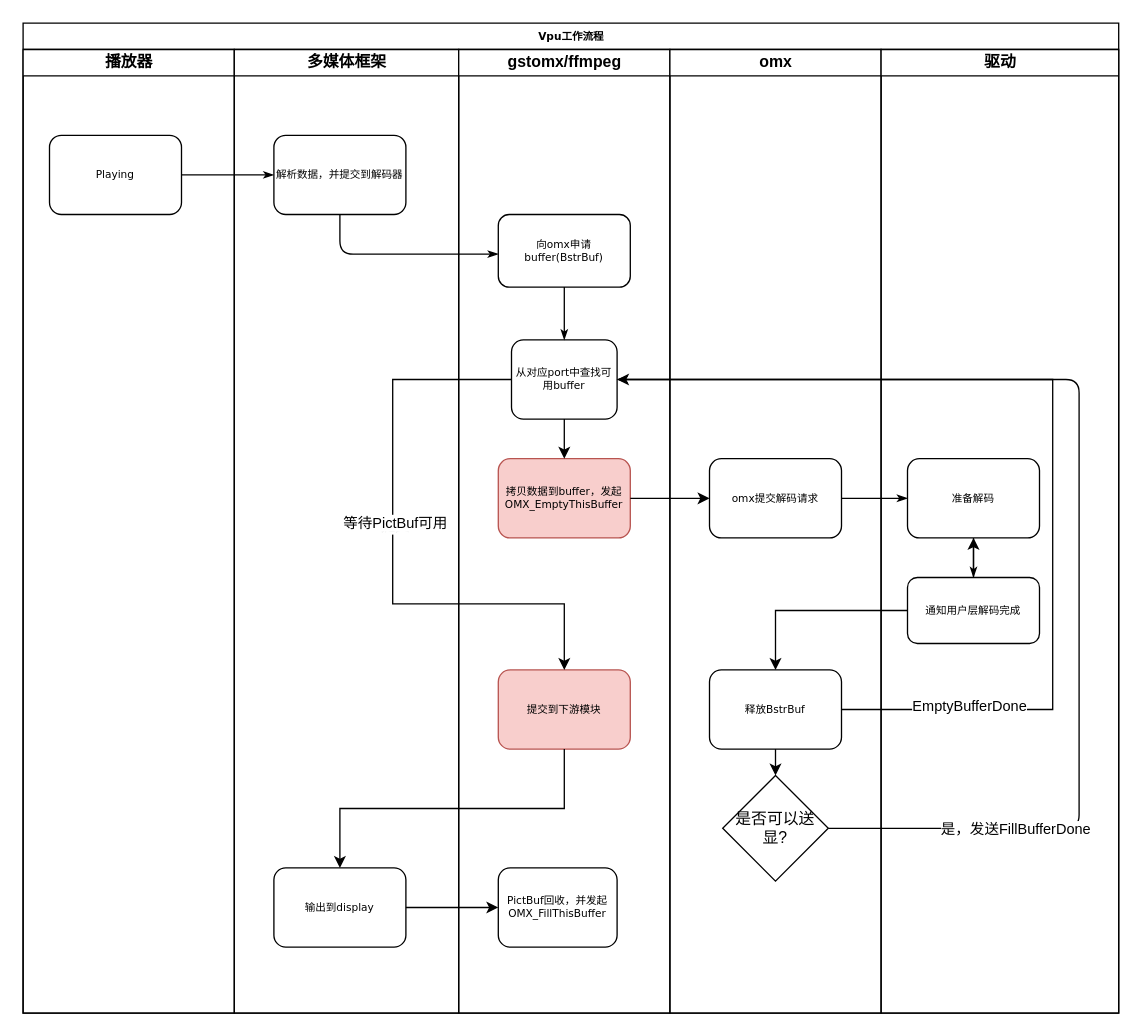
Above: Untitled Diagram.drawio in yexue52/test (draw.io), before the change. Source tidied: cells renumbered, new cells numbered last; positions are measured from the earlier drawing's top-left corner, leaving out a move shared by most shapes. Both pictures are drawn from the tidied source at 132%, with x=0, y=0 at pixel (22, 22).
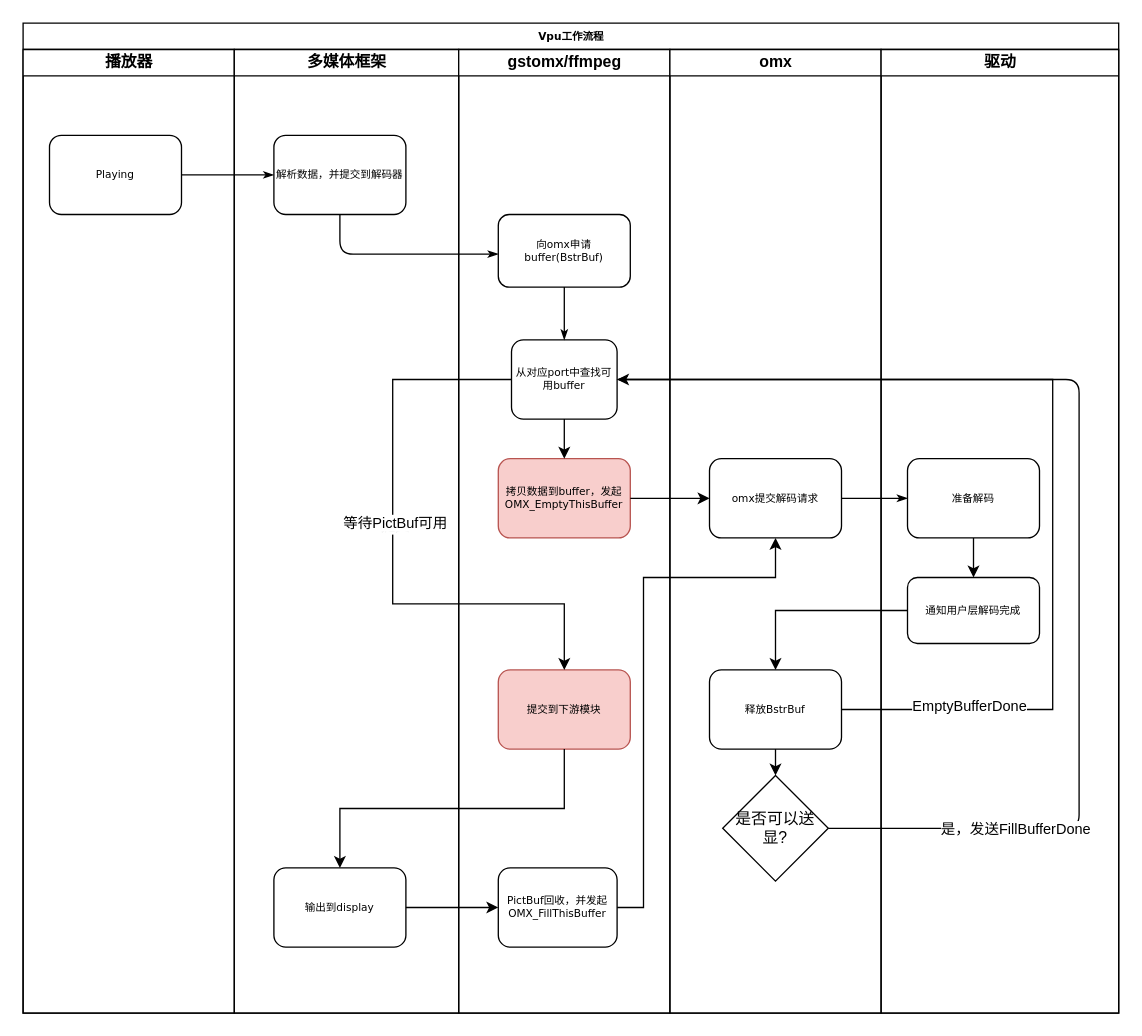
After the change.

Unchanged cells that the change refers to:
```xml
<mxCell id="2" value="Vpu工作流程" style="swimlane;html=1;startSize=20;rounded=0;shadow=0;labelBackgroundColor=none;strokeWidth=1;fontFamily=Verdana;fontSize=8;align=center;" parent="1" vertex="1">
  <mxGeometry width="830" height="750" as="geometry" />
</mxCell>
<mxCell id="14" value="PictBuf回收，并发起OMX_FillThisBuffer" style="rounded=1;whiteSpace=wrap;html=1;shadow=0;labelBackgroundColor=none;strokeWidth=1;fontFamily=Verdana;fontSize=8;align=center;" parent="11" vertex="1">
  <mxGeometry x="30" y="620" width="90" height="60" as="geometry" />
</mxCell>
<mxCell id="23" value="omx提交解码请求" style="rounded=1;whiteSpace=wrap;html=1;shadow=0;labelBackgroundColor=none;strokeWidth=1;fontFamily=Verdana;fontSize=8;align=center;" parent="22" vertex="1">
  <mxGeometry x="30" y="310" width="100" height="60" as="geometry" />
</mxCell>
<mxCell id="35" value="驱动" style="swimlane;html=1;startSize=20;" parent="2" vertex="1">
  <mxGeometry x="650" y="20" width="180" height="730" as="geometry" />
</mxCell>
<mxCell id="36" value="准备解码" style="rounded=1;whiteSpace=wrap;html=1;shadow=0;labelBackgroundColor=none;strokeWidth=1;fontFamily=Verdana;fontSize=8;align=center;" parent="35" vertex="1">
  <mxGeometry x="20" y="310" width="100" height="60" as="geometry" />
</mxCell>
<mxCell id="38" value="通知用户层解码完成" style="rounded=1;whiteSpace=wrap;html=1;shadow=0;labelBackgroundColor=none;strokeWidth=1;fontFamily=Verdana;fontSize=8;align=center;" parent="35" vertex="1">
  <mxGeometry x="20" y="400" width="100" height="50" as="geometry" />
</mxCell>
```

What changed in the source:
```diff
@@
+    <mxCell id="39" style="edgeStyle=orthogonalEdgeStyle;rounded=0;jettySize=auto;html=1;exitX=0.5;exitY=1;exitDx=0;exitDy=0;entryX=0.5;entryY=0;entryDx=0;entryDy=0;" parent="35" edge="1" source="36" target="38">
+      <mxGeometry relative="1" as="geometry" />
+    </mxCell>
@@
-    <mxCell id="37" style="edgeStyle=orthogonalEdgeStyle;rounded=0;jettySize=auto;html=1;" parent="35" edge="1" source="38" target="36">
-      <mxGeometry relative="1" as="geometry" />
-    </mxCell>
@@
-    <mxCell id="39" style="edgeStyle=orthogonalEdgeStyle;rounded=1;html=1;labelBackgroundColor=none;startArrow=none;startFill=0;startSize=5;endArrow=classicThin;endFill=1;endSize=5;jettySize=auto;strokeWidth=1;fontFamily=Verdana;fontSize=8;entryX=0.5;entryY=0;entryDx=0;entryDy=0;" parent="35" edge="1" source="36" target="38">
-      <mxGeometry relative="1" as="geometry" />
-    </mxCell>
+    <mxCell id="40" style="edgeStyle=orthogonalEdgeStyle;rounded=0;jettySize=auto;html=1;exitX=1;exitY=0.5;exitDx=0;exitDy=0;entryX=0.5;entryY=1;entryDx=0;entryDy=0;" parent="2" edge="1" source="14" target="23">
+      <mxGeometry relative="1" as="geometry">
+        <Array as="points">
+          <mxPoint x="470" y="670" />
+          <mxPoint x="470" y="420" />
+          <mxPoint x="570" y="420" />
+        </Array>
+      </mxGeometry>
+    </mxCell>
```
